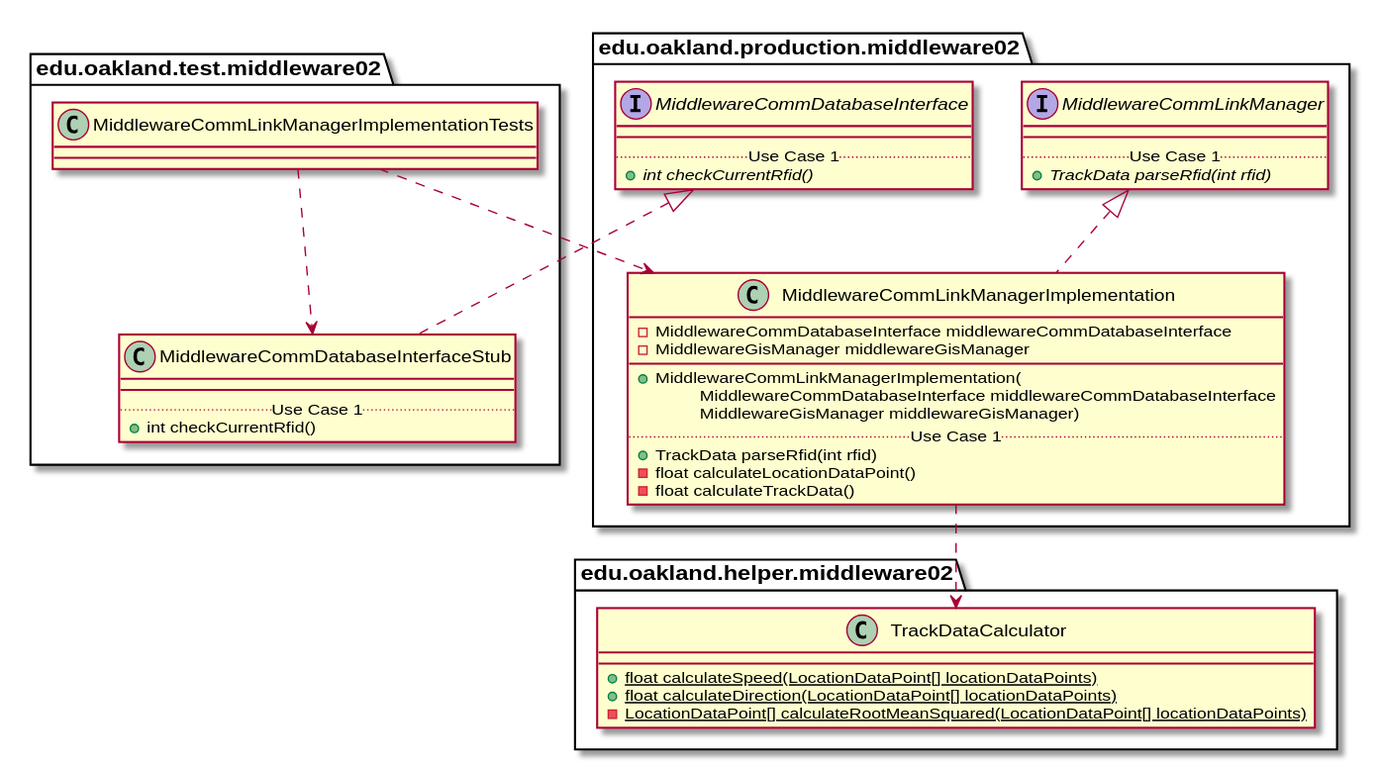
Before: docs/uml-class-diagrams/middleware02/test/MiddlewareCommLinkManagerImplementationTests/MiddlewareCommLinkManagerImplementationTests_Closure.svg, a diagram exported from PlantUML (elilley15/csi-3370-software-project).
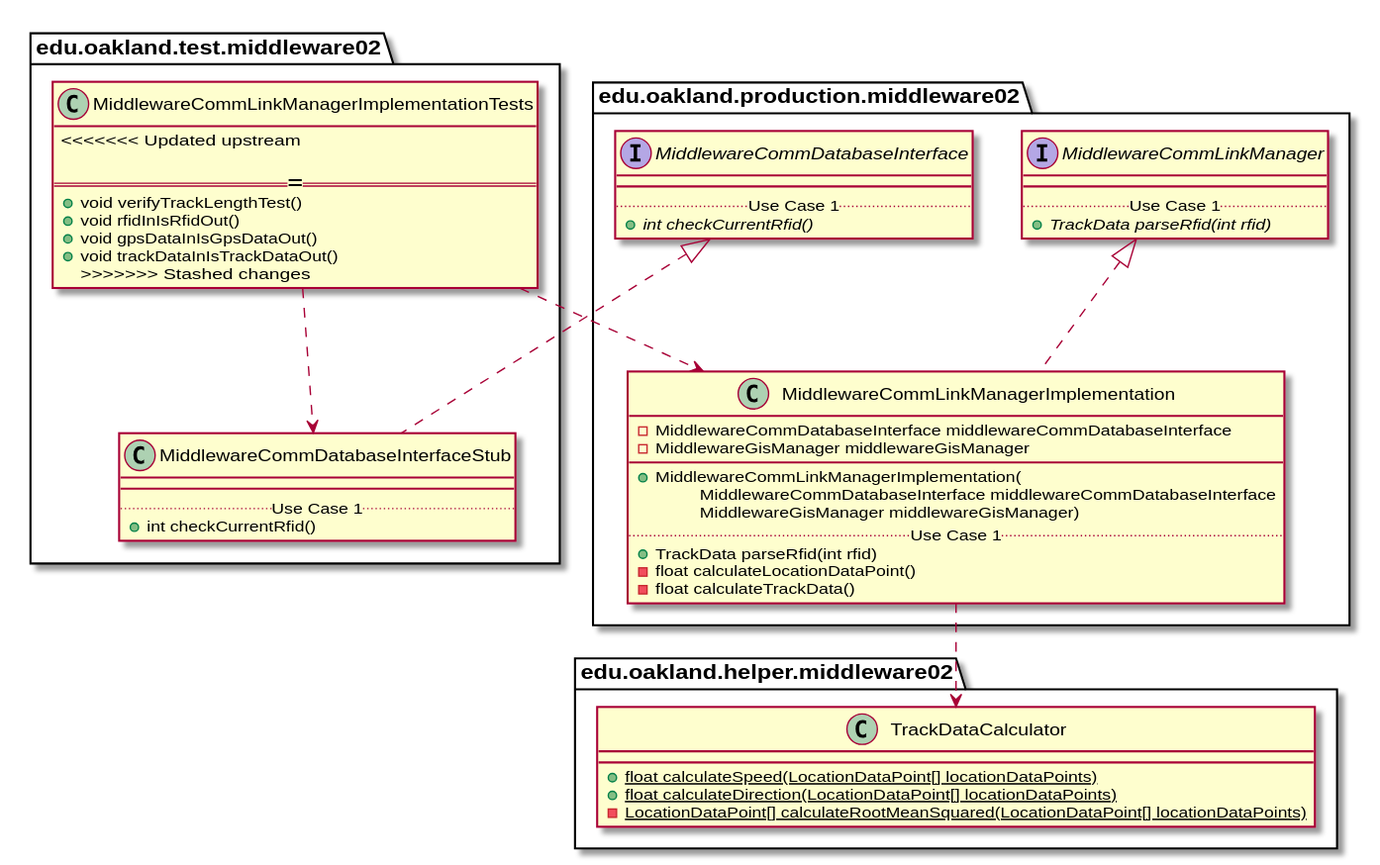
After the commit.

Diff of the diagram source:
```diff
@@ -3,7 +3,14 @@
 
 package edu.oakland.test.middleware02 {
     class MiddlewareCommLinkManagerImplementationTests {
+<<<<<<< Updated upstream
 
+=======
+      + void verifyTrackLengthTest()
+      + void rfidInIsRfidOut()
+      + void gpsDataInIsGpsDataOut()
+      + void trackDataInIsTrackDataOut()
+>>>>>>> Stashed changes
     }
 }
 
```
